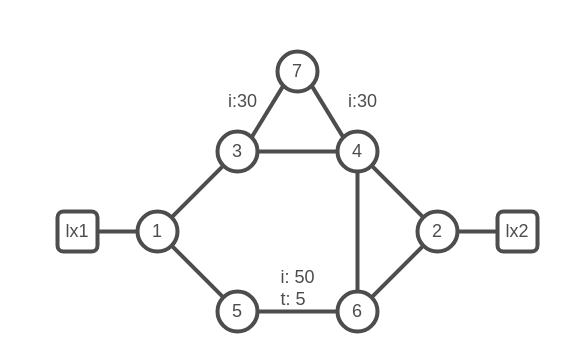
Before: page "9" (9 of 11) of images/lab-topologies.drawio in IntuitiveSoft-net/sr-lab, a draw.io diagram. Source tidied: cells renumbered, new cells numbered last; positions are measured from the earlier drawing's top-left corner, leaving out a move shared by most shapes. Both pictures are drawn from the tidied source at 100%, with x=0, y=0 at pixel (57, 51).
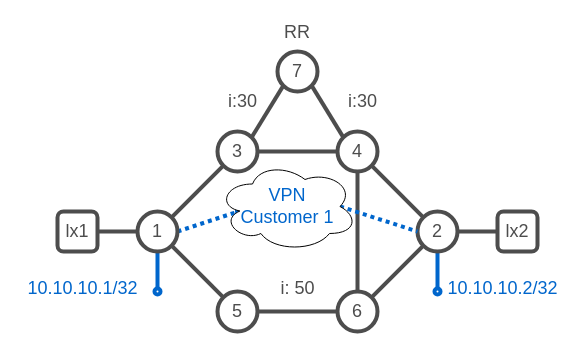
Above is the later version.

The change refers to these unchanged cells:
```xml
<mxCell id="3" value="&lt;font color=&quot;#4d4d4d&quot; style=&quot;font-size: 18px;&quot;&gt;1&lt;/font&gt;" style="ellipse;whiteSpace=wrap;html=1;strokeWidth=4;shadow=0;gradientColor=default;fillColor=none;strokeColor=#4D4D4D;" parent="1" vertex="1">
  <mxGeometry x="80" y="160" width="40" height="40" as="geometry" />
</mxCell>
<mxCell id="10" value="&lt;font color=&quot;#4d4d4d&quot; style=&quot;font-size: 18px;&quot;&gt;2&lt;/font&gt;" style="ellipse;whiteSpace=wrap;html=1;strokeWidth=4;shadow=0;gradientColor=default;fillColor=none;strokeColor=#4D4D4D;" parent="1" vertex="1">
  <mxGeometry x="360" y="160" width="40" height="40" as="geometry" />
</mxCell>
```

Change to the diagram source:
```diff
@@
+    <mxCell id="25" style="edgeStyle=none;rounded=0;jettySize=auto;html=1;exitX=0.5;exitY=1;exitDx=0;exitDy=0;strokeColor=#0066CC;strokeWidth=4;startArrow=none;startFill=0;endArrow=oval;endFill=0;" parent="1" edge="1" source="3">
+      <mxGeometry relative="1" as="geometry">
+        <mxPoint x="100" y="240" as="targetPoint" />
+      </mxGeometry>
+    </mxCell>
+    <mxCell id="26" style="edgeStyle=none;rounded=0;jettySize=auto;html=1;exitX=1;exitY=0.5;exitDx=0;exitDy=0;entryX=0.16;entryY=0.55;entryDx=0;entryDy=0;entryPerimeter=0;strokeColor=#0066CC;strokeWidth=4;fontSize=18;fontColor=#0066CC;startArrow=none;startFill=0;endArrow=oval;endFill=0;dashed=1;dashPattern=1 1;" parent="1" edge="1" source="3" target="31">
+      <mxGeometry relative="1" as="geometry" />
+    </mxCell>
@@
+    <mxCell id="27" style="edgeStyle=none;rounded=0;jettySize=auto;html=1;exitX=0.5;exitY=1;exitDx=0;exitDy=0;strokeColor=#0066CC;strokeWidth=4;startArrow=none;startFill=0;endArrow=oval;endFill=0;" parent="1" edge="1" source="10">
+      <mxGeometry relative="1" as="geometry">
+        <mxPoint x="380" y="240" as="targetPoint" />
+      </mxGeometry>
+    </mxCell>
@@
-    <mxCell id="24" value="&lt;div style=&quot;text-align: left;&quot;&gt;&lt;span style=&quot;color: rgb(77, 77, 77); background-color: initial;&quot;&gt;i: 50&lt;/span&gt;&lt;/div&gt;&lt;font color=&quot;#4d4d4d&quot;&gt;&lt;div style=&quot;text-align: left;&quot;&gt;&lt;span style=&quot;background-color: initial;&quot;&gt;t: 5&lt;/span&gt;&lt;/div&gt;&lt;/font&gt;" style="text;html=1;align=center;verticalAlign=middle;strokeColor=none;fillColor=none;fontSize=18;fontColor=#0066CC;" parent="1" vertex="1">
-      <mxGeometry x="210" y="207" width="60" height="60" as="geometry" />
+    <mxCell id="24" value="&lt;div style=&quot;text-align: left;&quot;&gt;&lt;span style=&quot;color: rgb(77, 77, 77); background-color: initial;&quot;&gt;i: 50&lt;/span&gt;&lt;/div&gt;" style="text;html=1;align=center;verticalAlign=middle;strokeColor=none;fillColor=none;fontSize=18;fontColor=#0066CC;" parent="1" vertex="1">
+      <mxGeometry x="210" y="217" width="60" height="40" as="geometry" />
     </mxCell>
+    <mxCell id="28" value="&lt;font color=&quot;#0066cc&quot; style=&quot;font-size: 18px;&quot;&gt;10.10.10.2/32&lt;/font&gt;" style="text;html=1;align=center;verticalAlign=middle;strokeColor=none;fillColor=none;" parent="1" vertex="1">
+      <mxGeometry x="380" y="217" width="130" height="40" as="geometry" />
+    </mxCell>
+    <mxCell id="29" value="&lt;font color=&quot;#0066cc&quot; style=&quot;font-size: 18px;&quot;&gt;10.10.10.1/32&lt;/font&gt;" style="text;html=1;align=center;verticalAlign=middle;strokeColor=none;fillColor=none;" parent="1" vertex="1">
+      <mxGeometry x="-40" y="217" width="130" height="40" as="geometry" />
+    </mxCell>
+    <mxCell id="30" style="edgeStyle=none;rounded=0;jettySize=auto;html=1;exitX=0.875;exitY=0.5;exitDx=0;exitDy=0;exitPerimeter=0;entryX=0;entryY=0.5;entryDx=0;entryDy=0;strokeColor=#0066CC;strokeWidth=4;fontSize=18;fontColor=#0066CC;startArrow=none;startFill=0;endArrow=none;endFill=0;dashed=1;dashPattern=1 1;" parent="1" edge="1" source="31" target="10">
+      <mxGeometry relative="1" as="geometry" />
+    </mxCell>
+    <mxCell id="31" value="VPN&lt;br&gt;Customer 1" style="ellipse;shape=cloud;whiteSpace=wrap;html=1;fontSize=18;fontColor=#0066CC;" parent="1" vertex="1">
+      <mxGeometry x="160" y="110" width="140" height="90" as="geometry" />
+    </mxCell>
+    <mxCell id="32" value="&lt;font color=&quot;#4d4d4d&quot;&gt;RR&lt;/font&gt;" style="text;html=1;strokeColor=none;fillColor=none;align=center;verticalAlign=middle;whiteSpace=wrap;rounded=0;fontSize=18;fontColor=#0066CC;opacity=50;" parent="1" vertex="1">
+      <mxGeometry x="210" y="-34" width="60" height="30" as="geometry" />
+    </mxCell>
```
